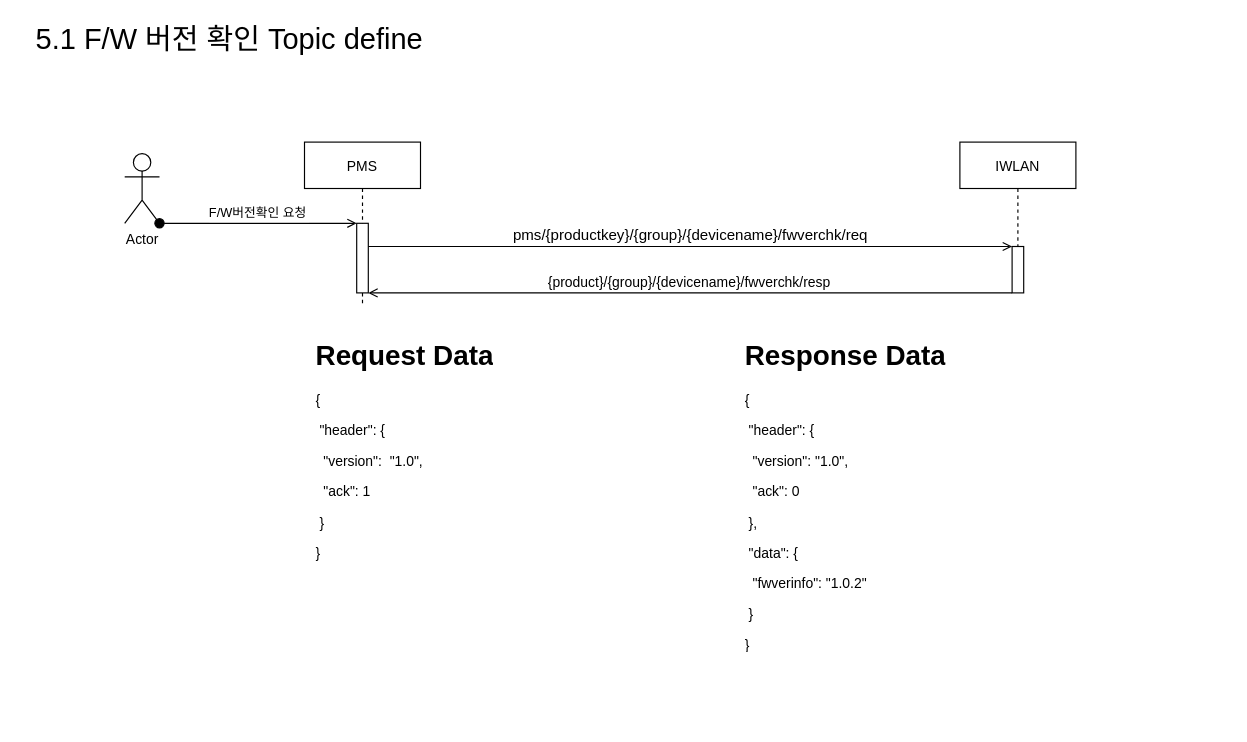
Before: page "5.1 F/W 버전 확인 Topic define" (1 of 2) of s-project-ota.drawio in carnavi-jskim/draw.io, a draw.io diagram. Source tidied: cells renumbered, new cells numbered last; positions are measured from the earlier drawing's top-left corner, leaving out a move shared by most shapes. Both pictures are drawn from the tidied source at 116%, with x=0, y=0 at pixel (20, 26).
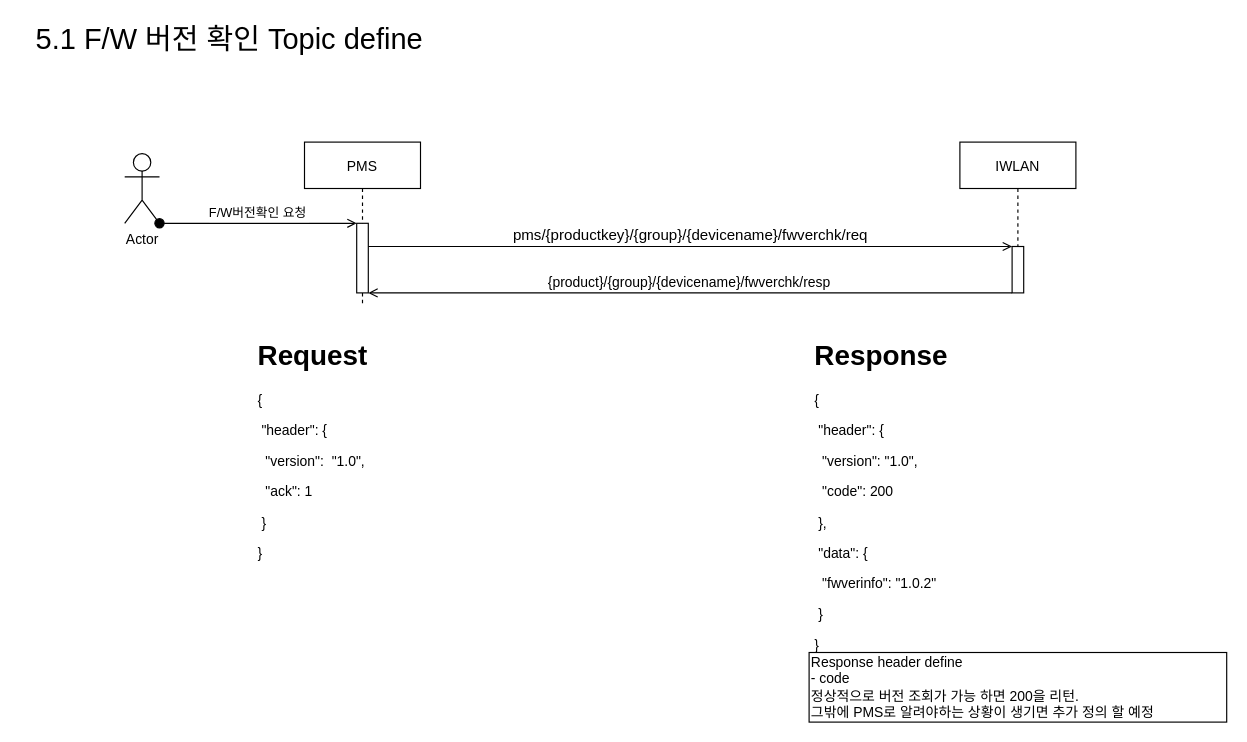
Above is the later version.

Change to the diagram source:
```diff
@@
 <mxGraphModel>
   <root>
     <mxCell id="0" />
     <mxCell id="1" parent="0" />
     <mxCell id="2" value="PMS" style="shape=umlLifeline;perimeter=lifelinePerimeter;rounded=0;shadow=0;strokeWidth=1;" parent="1" vertex="1">
       <mxGeometry x="245" y="100" width="100" height="140" as="geometry" />
     </mxCell>
     <mxCell id="3" style="points=[];perimeter=orthogonalPerimeter;rounded=0;shadow=0;strokeWidth=1;" parent="2" vertex="1">
       <mxGeometry x="45" y="70" width="10" height="60" as="geometry" />
     </mxCell>
     <mxCell id="4" value="pms/{productkey}/{group}/{devicename}/fwverchk/req" style="verticalAlign=bottom;endArrow=open;entryX=0;entryY=0;shadow=0;strokeWidth=1;fontSize=13;fontStyle=0;endFill=0;" parent="1" edge="1">
       <mxGeometry relative="1" as="geometry">
         <mxPoint x="300" y="190" as="sourcePoint" />
         <mxPoint x="855" y="190" as="targetPoint" />
       </mxGeometry>
     </mxCell>
     <mxCell id="5" value="{product}/{group}/{devicename}/fwverchk/resp" style="verticalAlign=bottom;endArrow=open;entryX=1;entryY=0;shadow=0;strokeWidth=1;fontSize=12;endFill=0;" parent="1" edge="1">
       <mxGeometry relative="1" as="geometry">
         <mxPoint x="855" y="230" as="sourcePoint" />
         <mxPoint x="300" y="230" as="targetPoint" />
       </mxGeometry>
     </mxCell>
     <mxCell id="6" value="Actor" style="shape=umlActor;verticalLabelPosition=bottom;verticalAlign=top;html=1;outlineConnect=0;" parent="1" vertex="1">
       <mxGeometry x="90" y="110" width="30" height="60" as="geometry" />
     </mxCell>
     <mxCell id="7" value="F/W버전확인 요청" style="verticalAlign=bottom;startArrow=oval;endArrow=open;startSize=8;shadow=0;strokeWidth=1;exitX=1;exitY=1;exitDx=0;exitDy=0;exitPerimeter=0;endFill=0;" parent="1" edge="1" source="6" target="3">
       <mxGeometry relative="1" as="geometry" />
     </mxCell>
     <mxCell id="8" value="&lt;font style=&quot;font-size: 25px&quot;&gt;5.1 F/W 버전 확인 Topic define&lt;/font&gt;" style="text;html=1;align=center;verticalAlign=middle;strokeColor=none;" parent="1" vertex="1">
       <mxGeometry width="360" height="20" as="geometry" />
     </mxCell>
     <mxCell id="9" value="IWLAN" style="shape=umlLifeline;perimeter=lifelinePerimeter;rounded=0;shadow=0;strokeWidth=1;" parent="1" vertex="1">
       <mxGeometry x="810" y="100" width="100" height="130" as="geometry" />
     </mxCell>
     <mxCell id="10" style="perimeter=orthogonalPerimeter;rounded=0;shadow=0;strokeWidth=1;" parent="9" vertex="1">
       <mxGeometry x="45" y="90" width="10" height="40" as="geometry" />
     </mxCell>
-    <mxCell id="11" value="&lt;h1&gt;Request Data&lt;/h1&gt;&lt;p&gt;{&lt;/p&gt;&lt;p&gt;&lt;span&gt; &lt;/span&gt;&lt;span&gt; &lt;/span&gt;&lt;span style=&quot;white-space: pre&quot;&gt; &lt;/span&gt;&quot;header&quot;: {&lt;/p&gt;&lt;p&gt;&lt;span&gt;  &lt;/span&gt;&lt;span&gt; &lt;/span&gt;&lt;span&gt; &lt;/span&gt;&lt;span style=&quot;white-space: pre&quot;&gt; &lt;/span&gt;&lt;span style=&quot;white-space: pre&quot;&gt; &lt;/span&gt;&quot;version&quot;:&amp;nbsp; &quot;1.0&quot;,&lt;/p&gt;&lt;p&gt;&lt;span style=&quot;white-space: pre&quot;&gt; &lt;/span&gt;&lt;span style=&quot;white-space: pre&quot;&gt; &lt;/span&gt;&quot;ack&quot;: 1&lt;br&gt;&lt;/p&gt;&lt;p&gt;&lt;span&gt; &lt;/span&gt;&lt;span&gt; &lt;/span&gt;&lt;span style=&quot;white-space: pre&quot;&gt; &lt;/span&gt;}&lt;/p&gt;&lt;p&gt;}&lt;/p&gt;" style="text;html=1;strokeColor=none;fillColor=none;spacing=5;spacingTop=-20;whiteSpace=wrap;overflow=hidden;rounded=0;fontSize=12;" parent="1" vertex="1">
-      <mxGeometry x="250" y="265" width="230" height="205" as="geometry" />
+    <mxCell id="11" value="&lt;h1&gt;Request&lt;/h1&gt;&lt;p&gt;{&lt;/p&gt;&lt;p&gt;&lt;span&gt;&lt;span style=&quot;white-space: pre&quot;&gt; &lt;/span&gt;&quot;header&quot;: {&lt;/span&gt;&lt;/p&gt;&lt;p&gt;&lt;span&gt;&lt;span style=&quot;white-space: pre&quot;&gt; &lt;/span&gt;&lt;span style=&quot;white-space: pre&quot;&gt; &lt;/span&gt;&quot;version&quot;:&amp;nbsp; &quot;1.0&quot;,&lt;/span&gt;&lt;/p&gt;&lt;p&gt;&lt;span&gt;&lt;span style=&quot;white-space: pre&quot;&gt; &lt;/span&gt;&lt;span style=&quot;white-space: pre&quot;&gt; &lt;/span&gt;&quot;ack&quot;: 1&lt;/span&gt;&lt;/p&gt;&lt;p&gt;&lt;span&gt;&lt;span style=&quot;white-space: pre&quot;&gt; &lt;/span&gt;}&lt;/span&gt;&lt;/p&gt;&lt;p&gt;&lt;span&gt;}&lt;/span&gt;&lt;/p&gt;" style="text;html=1;strokeColor=none;fillColor=none;spacing=5;spacingTop=-20;whiteSpace=wrap;overflow=hidden;rounded=0;fontSize=12;" parent="1" vertex="1">
+      <mxGeometry x="200" y="265" width="230" height="205" as="geometry" />
     </mxCell>
-    <mxCell id="12" value="&lt;h1&gt;Response Data&lt;/h1&gt;&lt;p&gt;&lt;/p&gt;&lt;span&gt;&lt;p&gt;{&lt;/p&gt;&lt;p&gt;&lt;span&gt;&lt;span style=&quot;white-space: pre&quot;&gt; &lt;/span&gt;&quot;header&quot;: {&lt;/span&gt;&lt;br&gt;&lt;/p&gt;&lt;p&gt;&lt;span&gt;&lt;span style=&quot;white-space: pre&quot;&gt; &lt;span style=&quot;white-space: pre&quot;&gt; &lt;/span&gt;&lt;/span&gt;&quot;version&quot;: &quot;1.0&quot;,&lt;/span&gt;&lt;br&gt;&lt;/p&gt;&lt;p&gt;&lt;span&gt;&lt;span style=&quot;white-space: pre&quot;&gt; &lt;/span&gt;&lt;span style=&quot;white-space: pre&quot;&gt; &lt;/span&gt;&quot;ack&quot;: 0&lt;br&gt;&lt;/span&gt;&lt;/p&gt;&lt;p&gt;&lt;span&gt;&lt;span style=&quot;white-space: pre&quot;&gt; &lt;/span&gt;},&lt;/span&gt;&lt;br&gt;&lt;/p&gt;&lt;p&gt;&lt;span&gt;&lt;span style=&quot;white-space: pre&quot;&gt; &lt;/span&gt;&quot;data&quot;: {&lt;/span&gt;&lt;/p&gt;&lt;p&gt;&lt;span&gt;&lt;span style=&quot;white-space: pre&quot;&gt; &lt;span style=&quot;white-space: pre&quot;&gt; &lt;/span&gt;&quot;&lt;/span&gt;&lt;/span&gt;&lt;span&gt;fwverinfo&quot;: &quot;1.0.2&quot;&lt;/span&gt;&lt;/p&gt;&lt;p&gt;&lt;span&gt; &lt;/span&gt;&lt;span style=&quot;white-space: pre&quot;&gt; &lt;/span&gt;}&lt;/p&gt;&lt;p&gt;}&lt;/p&gt;&lt;/span&gt;" style="text;html=1;strokeColor=none;fillColor=none;spacing=5;spacingTop=-20;whiteSpace=wrap;overflow=hidden;rounded=0;fontSize=12;" parent="1" vertex="1">
-      <mxGeometry x="620" y="265" width="240" height="275" as="geometry" />
+    <mxCell id="12" value="&lt;h1&gt;Response&lt;/h1&gt;&lt;p&gt;&lt;/p&gt;&lt;span&gt;&lt;p&gt;{&lt;/p&gt;&lt;p&gt;&lt;span&gt;&lt;span style=&quot;white-space: pre&quot;&gt; &lt;/span&gt;&quot;header&quot;: {&lt;/span&gt;&lt;/p&gt;&lt;p&gt;&lt;span&gt;&lt;span style=&quot;white-space: pre&quot;&gt; &lt;/span&gt;&lt;span style=&quot;white-space: pre&quot;&gt; &lt;/span&gt;&quot;version&quot;: &quot;1.0&quot;,&lt;/span&gt;&lt;/p&gt;&lt;p&gt;&lt;span&gt;&lt;span style=&quot;white-space: pre&quot;&gt; &lt;/span&gt;&lt;span style=&quot;white-space: pre&quot;&gt; &lt;/span&gt;&quot;code&quot;: 200&lt;/span&gt;&lt;/p&gt;&lt;p&gt;&lt;span&gt;&lt;span style=&quot;white-space: pre&quot;&gt; &lt;/span&gt;},&lt;/span&gt;&lt;/p&gt;&lt;p&gt;&lt;span&gt;&lt;span style=&quot;white-space: pre&quot;&gt; &lt;/span&gt;&quot;data&quot;: {&lt;/span&gt;&lt;/p&gt;&lt;p&gt;&lt;span&gt;&lt;span style=&quot;white-space: pre&quot;&gt;&lt;span style=&quot;white-space: pre&quot;&gt; &lt;/span&gt;&lt;span style=&quot;white-space: pre&quot;&gt; &lt;/span&gt;&quot;&lt;/span&gt;&lt;/span&gt;&lt;span&gt;fwverinfo&quot;: &quot;1.0.2&quot;&lt;/span&gt;&lt;/p&gt;&lt;p&gt;&lt;span&gt;&lt;span style=&quot;white-space: pre&quot;&gt; &lt;/span&gt;}&lt;/span&gt;&lt;/p&gt;&lt;p&gt;&lt;span&gt;}&lt;/span&gt;&lt;/p&gt;&lt;/span&gt;" style="text;html=1;strokeColor=none;fillColor=none;spacing=5;spacingTop=-20;whiteSpace=wrap;overflow=hidden;rounded=0;fontSize=12;" parent="1" vertex="1">
+      <mxGeometry x="680" y="265" width="240" height="275" as="geometry" />
     </mxCell>
+    <mxCell id="13" value="Response header define&lt;br&gt;- code&lt;br&gt;정상적으로 버전 조회가 가능 하면 200을 리턴.&lt;br&gt;그밖에 PMS로 알려야하는 상황이 생기면 추가 정의 할 예정" style="rounded=0;whiteSpace=wrap;html=1;align=left;" parent="1" vertex="1">
+      <mxGeometry x="680" y="540" width="360" height="60" as="geometry" />
+    </mxCell>
   </root>
 </mxGraphModel>
```
